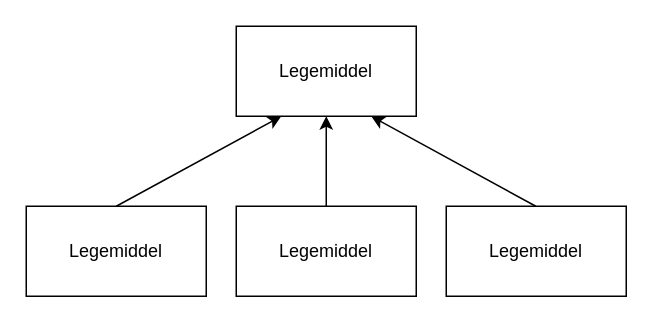
Above: oblig2/Untitled Diagram.drawio in ingehingeh/IN1010 (draw.io), before the change. Source tidied: cells renumbered, new cells numbered last; positions are measured from the earlier drawing's top-left corner, leaving out a move shared by most shapes. Both pictures are drawn from the tidied source at 150%, with x=0, y=0 at pixel (26, 26).
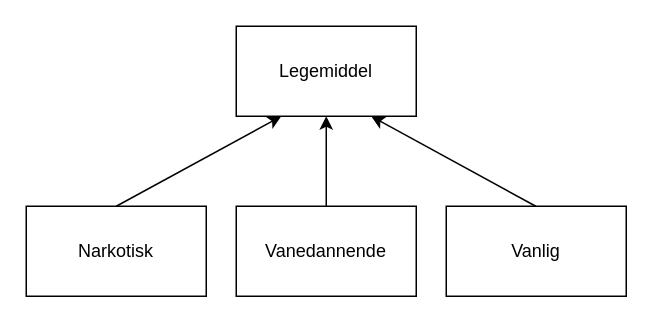
After the change.

Change to the diagram source:
```diff
@@
 <mxGraphModel>
   <root>
     <mxCell id="0" />
     <mxCell id="1" parent="0" />
     <mxCell id="2" value="Legemiddel" style="rounded=0;whiteSpace=wrap;html=1;" parent="1" vertex="1">
       <mxGeometry x="140" width="120" height="60" as="geometry" />
     </mxCell>
-    <mxCell id="3" value="Legemiddel" style="rounded=0;whiteSpace=wrap;html=1;" parent="1" vertex="1">
+    <mxCell id="3" value="Narkotisk" style="rounded=0;whiteSpace=wrap;html=1;" parent="1" vertex="1">
       <mxGeometry y="120" width="120" height="60" as="geometry" />
     </mxCell>
-    <mxCell id="4" value="Legemiddel" style="rounded=0;whiteSpace=wrap;html=1;" parent="1" vertex="1">
+    <mxCell id="4" value="Vanedannende" style="rounded=0;whiteSpace=wrap;html=1;" parent="1" vertex="1">
       <mxGeometry x="140" y="120" width="120" height="60" as="geometry" />
     </mxCell>
-    <mxCell id="5" value="Legemiddel" style="rounded=0;whiteSpace=wrap;html=1;" parent="1" vertex="1">
+    <mxCell id="5" value="Vanlig" style="rounded=0;whiteSpace=wrap;html=1;" parent="1" vertex="1">
       <mxGeometry x="280" y="120" width="120" height="60" as="geometry" />
     </mxCell>
     <mxCell id="6" style="endArrow=classic;html=1;rounded=0;entryX=0.25;entryY=1;entryDx=0;entryDy=0;" parent="1" edge="1" target="2">
       <mxGeometry relative="1" as="geometry">
         <mxPoint x="60" y="120" as="sourcePoint" />
       </mxGeometry>
     </mxCell>
     <mxCell id="7" style="endArrow=classic;html=1;rounded=0;entryX=0.5;entryY=1;entryDx=0;entryDy=0;exitX=0.5;exitY=0;exitDx=0;exitDy=0;" parent="1" edge="1" source="4" target="2">
       <mxGeometry relative="1" as="geometry" />
     </mxCell>
     <mxCell id="8" style="endArrow=classic;html=1;rounded=0;entryX=0.75;entryY=1;entryDx=0;entryDy=0;exitX=0.5;exitY=0;exitDx=0;exitDy=0;" parent="1" edge="1" target="2">
       <mxGeometry relative="1" as="geometry">
         <mxPoint x="339.7" y="120" as="sourcePoint" />
       </mxGeometry>
     </mxCell>
   </root>
 </mxGraphModel>
```
